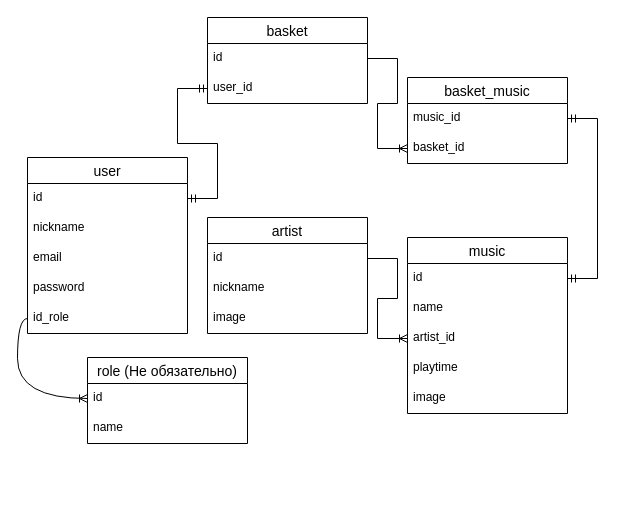
This is page "ER-diagram" (1 of 3) of diagrams/diagram.drawio from MihaylovRoman/music.cloud, a draw.io file, before an edit. Source tidied: cells renumbered, new cells numbered last; positions are measured from the earlier drawing's top-left corner, leaving out a move shared by most shapes. Both pictures are drawn from the tidied source at 100%, with x=0, y=0 at pixel (27, 17).
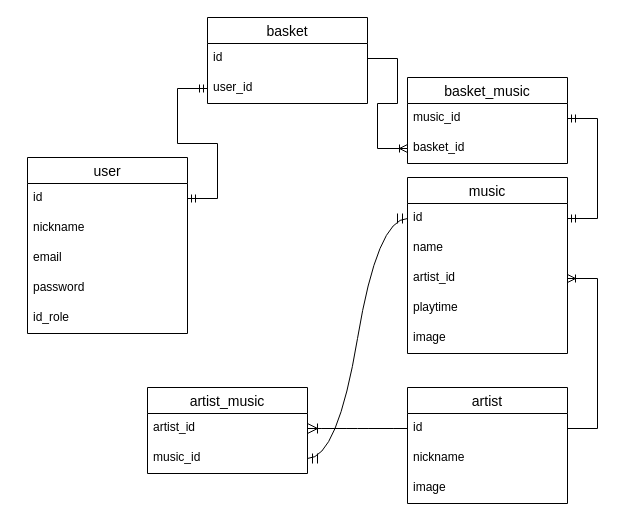
The same page after the edit.

Unchanged cells that the change refers to:
```xml
<mxCell id="7" value="id_role" style="text;strokeColor=none;fillColor=none;spacingLeft=4;spacingRight=4;overflow=hidden;points=[[0,0.5],[1,0.5]];portConstraint=eastwest;fontSize=12;whiteSpace=wrap;html=1;" parent="2" vertex="1">
  <mxGeometry y="146" width="160" height="30" as="geometry" />
</mxCell>
<mxCell id="15" value="id" style="text;strokeColor=none;fillColor=none;spacingLeft=4;spacingRight=4;overflow=hidden;points=[[0,0.5],[1,0.5]];portConstraint=eastwest;fontSize=12;whiteSpace=wrap;html=1;" parent="14" vertex="1">
  <mxGeometry y="26" width="160" height="30" as="geometry" />
</mxCell>
<mxCell id="17" value="artist_id" style="text;strokeColor=none;fillColor=none;spacingLeft=4;spacingRight=4;overflow=hidden;points=[[0,0.5],[1,0.5]];portConstraint=eastwest;fontSize=12;whiteSpace=wrap;html=1;" parent="14" vertex="1">
  <mxGeometry y="86" width="160" height="30" as="geometry" />
</mxCell>
<mxCell id="21" value="id" style="text;strokeColor=none;fillColor=none;spacingLeft=4;spacingRight=4;overflow=hidden;points=[[0,0.5],[1,0.5]];portConstraint=eastwest;fontSize=12;whiteSpace=wrap;html=1;" parent="20" vertex="1">
  <mxGeometry y="26" width="160" height="30" as="geometry" />
</mxCell>
```

What changed in the source:
```diff
@@
     <mxCell id="14" value="music" style="swimlane;fontStyle=0;horizontal=1;startSize=26;align=center;fontSize=14;" parent="1" vertex="1">
-      <mxGeometry x="380" y="220" width="160" height="176" as="geometry" />
+      <mxGeometry x="380" y="160" width="160" height="176" as="geometry" />
     </mxCell>
@@
     <mxCell id="20" value="artist" style="swimlane;fontStyle=0;horizontal=1;startSize=26;align=center;fontSize=14;" parent="1" vertex="1">
-      <mxGeometry x="180" y="200" width="160" height="116" as="geometry" />
+      <mxGeometry x="380" y="370" width="160" height="116" as="geometry" />
     </mxCell>
@@
-    <mxCell id="27" style="edgeStyle=entityRelationEdgeStyle;fontSize=12;html=1;endArrow=ERoneToMany;rounded=0;entryX=0;entryY=0.5;entryDx=0;entryDy=0;exitX=1;exitY=0.5;exitDx=0;exitDy=0;" parent="1" edge="1" source="21" target="17">
+    <mxCell id="27" style="edgeStyle=entityRelationEdgeStyle;fontSize=12;html=1;endArrow=ERoneToMany;rounded=0;entryX=1;entryY=0.5;entryDx=0;entryDy=0;exitX=1;exitY=0.5;exitDx=0;exitDy=0;" parent="1" edge="1" source="21" target="17">
       <mxGeometry relative="1" as="geometry">
         <Array as="points">
           <mxPoint x="650" y="341" />
         </Array>
       </mxGeometry>
     </mxCell>
-    <mxCell id="28" value="role (Не обязательно)" style="swimlane;fontStyle=0;horizontal=1;startSize=26;align=center;fontSize=14;" parent="1" vertex="1">
-      <mxGeometry x="60" y="340" width="160" height="86" as="geometry" />
-    </mxCell>
-    <mxCell id="29" value="id" style="text;strokeColor=none;fillColor=none;spacingLeft=4;spacingRight=4;overflow=hidden;points=[[0,0.5],[1,0.5]];portConstraint=eastwest;fontSize=12;whiteSpace=wrap;html=1;" parent="28" vertex="1">
-      <mxGeometry y="26" width="160" height="30" as="geometry" />
-    </mxCell>
-    <mxCell id="30" value="name" style="text;strokeColor=none;fillColor=none;spacingLeft=4;spacingRight=4;overflow=hidden;fontSize=12;whiteSpace=wrap;html=1;" parent="28" vertex="1">
-      <mxGeometry y="56" width="160" height="30" as="geometry" />
-    </mxCell>
-    <mxCell id="31" style="fontSize=12;html=1;endArrow=ERoneToMany;rounded=0;entryX=0;entryY=0.5;entryDx=0;entryDy=0;exitX=0;exitY=0.5;exitDx=0;exitDy=0;edgeStyle=orthogonalEdgeStyle;curved=1;" parent="1" edge="1" source="7" target="29">
-      <mxGeometry relative="1" as="geometry" />
-    </mxCell>
+    <mxCell id="32" value="artist_music" style="swimlane;fontStyle=0;horizontal=1;startSize=26;align=center;fontSize=14;" parent="1" vertex="1">
+      <mxGeometry x="120" y="370" width="160" height="86" as="geometry" />
+    </mxCell>
+    <mxCell id="33" value="artist_id" style="text;strokeColor=none;fillColor=none;spacingLeft=4;spacingRight=4;overflow=hidden;points=[[0,0.5],[1,0.5]];portConstraint=eastwest;fontSize=12;whiteSpace=wrap;html=1;" parent="32" vertex="1">
+      <mxGeometry y="26" width="160" height="30" as="geometry" />
+    </mxCell>
+    <mxCell id="34" value="music_id" style="text;strokeColor=none;fillColor=none;spacingLeft=4;spacingRight=4;overflow=hidden;points=[[0,0.5],[1,0.5]];portConstraint=eastwest;fontSize=12;whiteSpace=wrap;html=1;" parent="32" vertex="1">
+      <mxGeometry y="56" width="160" height="30" as="geometry" />
+    </mxCell>
+    <mxCell id="35" style="edgeStyle=entityRelationEdgeStyle;fontSize=12;html=1;endArrow=ERmandOne;startArrow=ERmandOne;rounded=0;startSize=8;endSize=8;curved=1;exitX=1;exitY=0.5;exitDx=0;exitDy=0;entryX=0;entryY=0.5;entryDx=0;entryDy=0;" parent="1" edge="1" source="34" target="15">
+      <mxGeometry relative="1" as="geometry" />
+    </mxCell>
+    <mxCell id="36" style="edgeStyle=entityRelationEdgeStyle;fontSize=12;html=1;endArrow=ERoneToMany;rounded=0;startSize=8;endSize=8;curved=1;exitX=0;exitY=0.5;exitDx=0;exitDy=0;entryX=1;entryY=0.5;entryDx=0;entryDy=0;" parent="1" edge="1" source="21" target="33">
+      <mxGeometry relative="1" as="geometry" />
+    </mxCell>
```
